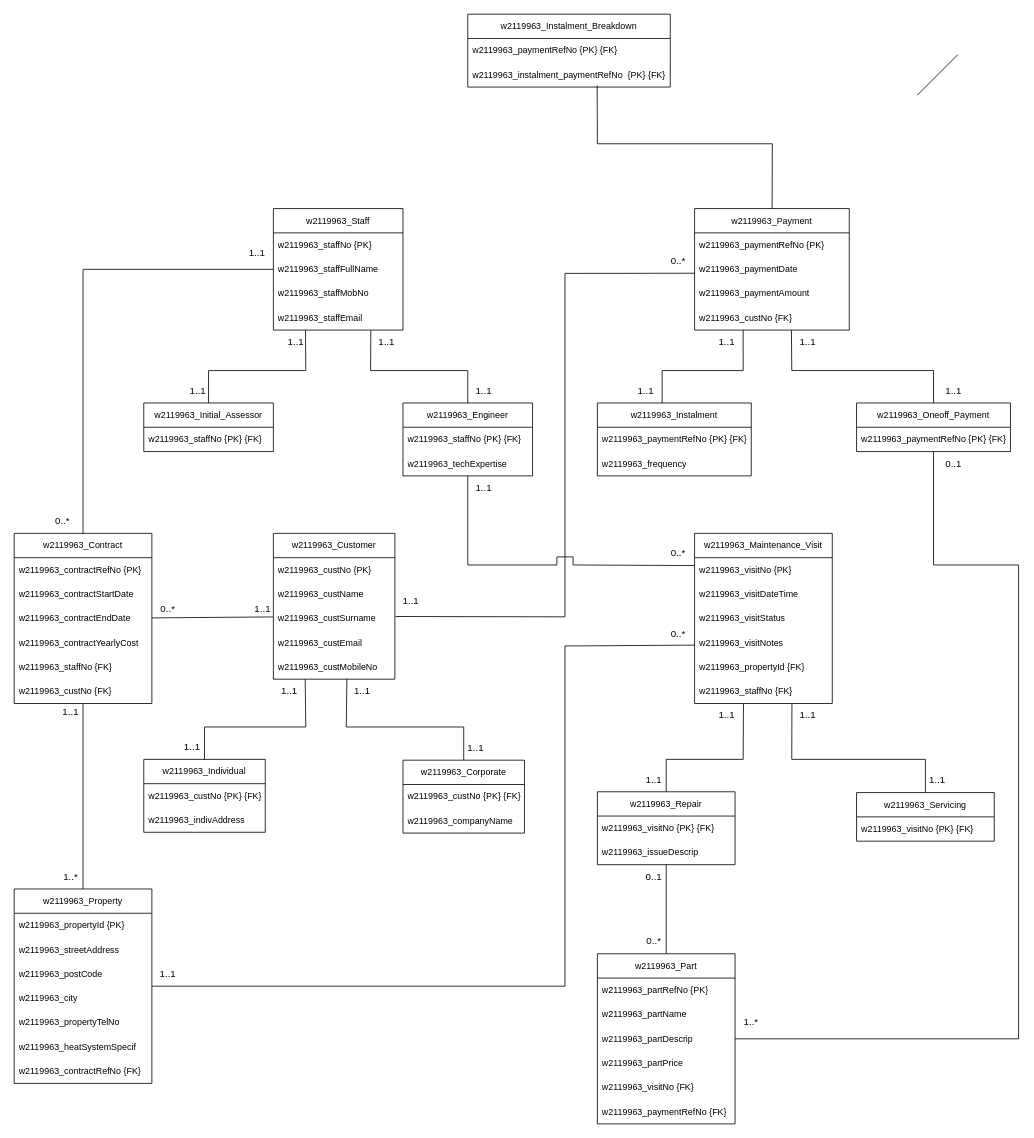
Above: page "diagram_layout" (2 of 2) of DB_CW_Part_B_Logical_EERD.drawio in Anuja-jayasinghe/DrawIo_Projects (draw.io), before the change. Source tidied: cells renumbered, new cells numbered last; positions are measured from the earlier drawing's top-left corner, leaving out a move shared by most shapes. Both pictures are drawn from the tidied source at 81%, with x=0, y=0 at pixel (14, 14).
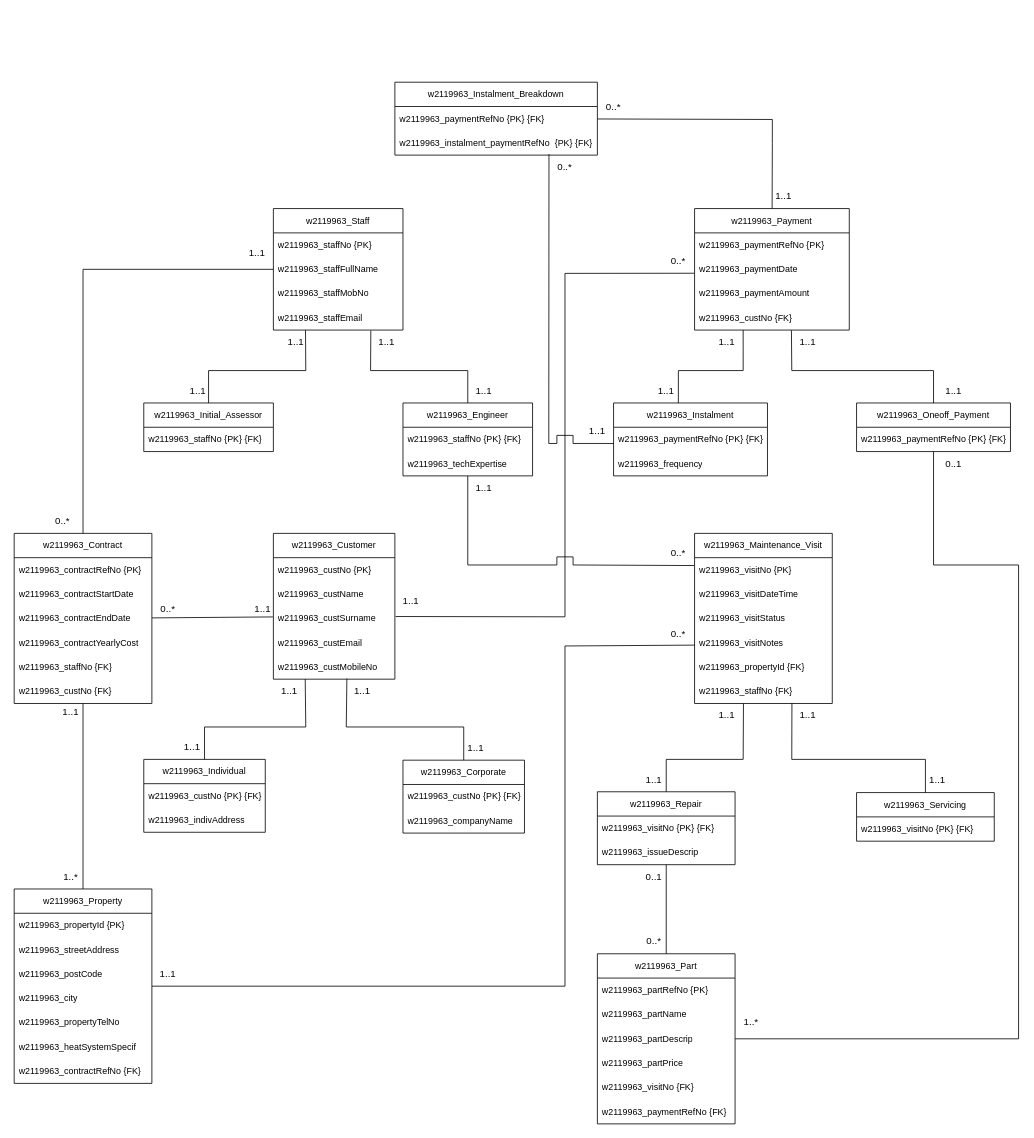
The same page after the edit.

The change refers to these unchanged cells:
```xml
<mxCell id="58" value="w2119963_Payment" style="swimlane;fontStyle=0;horizontal=1;startSize=30;whiteSpace=wrap;html=1;fontSize=11;" parent="1" vertex="1">
  <mxGeometry x="840" y="240" width="191" height="150" as="geometry" />
</mxCell>
<mxCell id="62" value="&lt;span style=&quot;text-align: center;&quot;&gt;w2119963_custNo {FK}&lt;/span&gt;" style="text;strokeColor=none;fillColor=none;align=left;verticalAlign=middle;spacingLeft=4;spacingRight=4;overflow=hidden;points=[[0,0.5],[1,0.5]];portConstraint=eastwest;whiteSpace=wrap;html=1;fontSize=11;" parent="58" vertex="1">
  <mxGeometry y="120" width="191" height="30" as="geometry" />
</mxCell>
<mxCell id="66" value="&lt;span style=&quot;text-align: center;&quot;&gt;w2119963_paymentRefNo {PK} {FK}&lt;/span&gt;" style="text;strokeColor=none;fillColor=none;align=left;verticalAlign=middle;spacingLeft=4;spacingRight=4;overflow=hidden;points=[[0,0.5],[1,0.5]];portConstraint=eastwest;whiteSpace=wrap;html=1;fontSize=11;" parent="65" vertex="1">
  <mxGeometry y="30" width="190" height="30" as="geometry" />
</mxCell>
<mxCell id="70" value="&lt;div style=&quot;text-align: center;&quot;&gt;&lt;span style=&quot;background-color: transparent;&quot;&gt;w2119963_instalment_paymentRefNo&amp;nbsp; {PK} {FK}&lt;/span&gt;&lt;/div&gt;" style="text;strokeColor=none;fillColor=none;align=left;verticalAlign=middle;spacingLeft=4;spacingRight=4;overflow=hidden;points=[[0,0.5],[1,0.5]];portConstraint=eastwest;whiteSpace=wrap;html=1;fontSize=11;" parent="68" vertex="1">
  <mxGeometry y="60" width="250" height="30" as="geometry" />
</mxCell>
```

Change to the diagram source:
```diff
@@
     <mxCell id="65" value="w2119963_Instalment" style="swimlane;fontStyle=0;horizontal=1;startSize=30;whiteSpace=wrap;html=1;fontSize=11;" parent="1" vertex="1">
-      <mxGeometry x="720" y="480" width="190" height="90" as="geometry" />
+      <mxGeometry x="740" y="480" width="190" height="90" as="geometry" />
     </mxCell>
@@
     <mxCell id="68" value="w2119963_Instalment_Breakdown" style="swimlane;fontStyle=0;horizontal=1;startSize=30;whiteSpace=wrap;html=1;fontSize=11;" parent="1" vertex="1">
-      <mxGeometry x="560" width="250" height="90" as="geometry" />
+      <mxGeometry x="470" y="84" width="250" height="90" as="geometry" />
     </mxCell>
@@
-    <mxCell id="71" style="endArrow=none;html=1;rounded=0;entryX=0.639;entryY=0.93;entryDx=0;entryDy=0;entryPerimeter=0;" parent="1" edge="1" source="58" target="70">
+    <mxCell id="71" style="endArrow=none;html=1;rounded=0;" parent="1" edge="1" source="58" target="68">
       <mxGeometry relative="1" as="geometry">
         <Array as="points">
           <mxPoint x="936" y="160" />
-          <mxPoint x="720" y="160" />
+          <mxPoint x="936" y="130" />
         </Array>
       </mxGeometry>
     </mxCell>
@@
     <mxCell id="76" style="endArrow=none;html=1;rounded=0;exitX=0.314;exitY=1;exitDx=0;exitDy=0;exitPerimeter=0;entryX=0.421;entryY=0;entryDx=0;entryDy=0;entryPerimeter=0;" parent="1" edge="1" source="62" target="65">
       <mxGeometry relative="1" as="geometry">
         <Array as="points">
           <mxPoint x="900" y="440" />
-          <mxPoint x="800" y="440" />
+          <mxPoint x="820" y="440" />
         </Array>
       </mxGeometry>
     </mxCell>
@@
     <mxCell id="87" value="1..1" style="text;html=1;whiteSpace=wrap;strokeColor=none;fillColor=none;align=center;verticalAlign=middle;rounded=0;" parent="1" vertex="1">
-      <mxGeometry x="750" y="450" width="60" height="30" as="geometry" />
+      <mxGeometry x="775" y="450" width="60" height="30" as="geometry" />
     </mxCell>
@@
-    <mxCell id="120" style="endArrow=none;html=1;rounded=0;" parent="1" edge="1">
+    <mxCell id="120" style="endArrow=none;html=1;rounded=0;entryX=0.002;entryY=0.667;entryDx=0;entryDy=0;entryPerimeter=0;exitX=0.761;exitY=0.958;exitDx=0;exitDy=0;exitPerimeter=0;" parent="1" edge="1" source="70" target="66">
       <mxGeometry relative="1" as="geometry">
-        <mxPoint x="1115" y="100" as="sourcePoint" />
-        <mxPoint x="1165" y="50" as="targetPoint" />
+        <Array as="points">
+          <mxPoint x="660" y="530" />
+          <mxPoint x="670" y="530" />
+          <mxPoint x="670" y="520" />
+          <mxPoint x="690" y="520" />
+          <mxPoint x="690" y="530" />
+        </Array>
       </mxGeometry>
     </mxCell>
+    <mxCell id="121" value="1..1" style="text;html=1;whiteSpace=wrap;strokeColor=none;fillColor=none;align=center;verticalAlign=middle;rounded=0;" parent="1" vertex="1">
+      <mxGeometry x="920" y="210" width="60" height="30" as="geometry" />
+    </mxCell>
+    <mxCell id="122" value="0..*" style="text;html=1;whiteSpace=wrap;strokeColor=none;fillColor=none;align=center;verticalAlign=middle;rounded=0;" parent="1" vertex="1">
+      <mxGeometry x="710" y="100" width="60" height="30" as="geometry" />
+    </mxCell>
+    <mxCell id="123" value="1..1" style="text;html=1;whiteSpace=wrap;strokeColor=none;fillColor=none;align=center;verticalAlign=middle;rounded=0;" parent="1" vertex="1">
+      <mxGeometry x="690" y="500" width="60" height="30" as="geometry" />
+    </mxCell>
+    <mxCell id="124" value="0..*" style="text;html=1;whiteSpace=wrap;strokeColor=none;fillColor=none;align=center;verticalAlign=middle;rounded=0;" parent="1" vertex="1">
+      <mxGeometry x="650" y="174" width="60" height="30" as="geometry" />
+    </mxCell>
```
